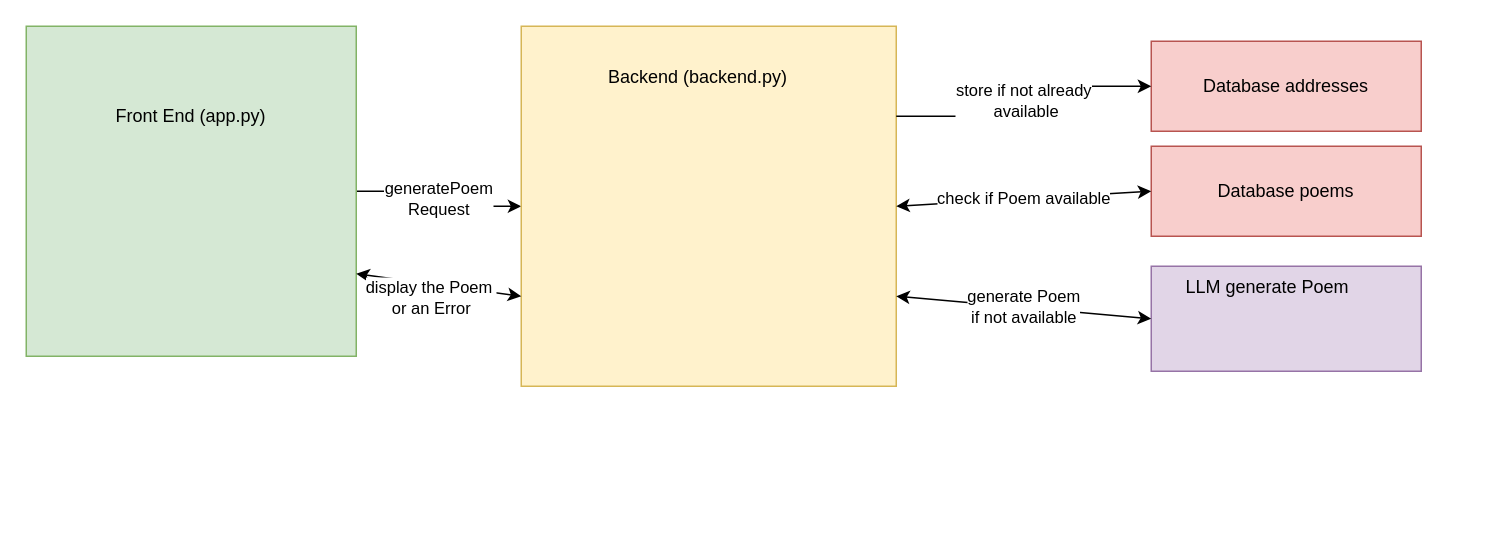
Before: doc/architecture.drawio in CesMak/cityRhym, a draw.io diagram. Source tidied: cells renumbered, new cells numbered last; positions are measured from the earlier drawing's top-left corner, leaving out a move shared by most shapes. Both pictures are drawn from the tidied source at 150%, with x=0, y=0 at pixel (26, 26).
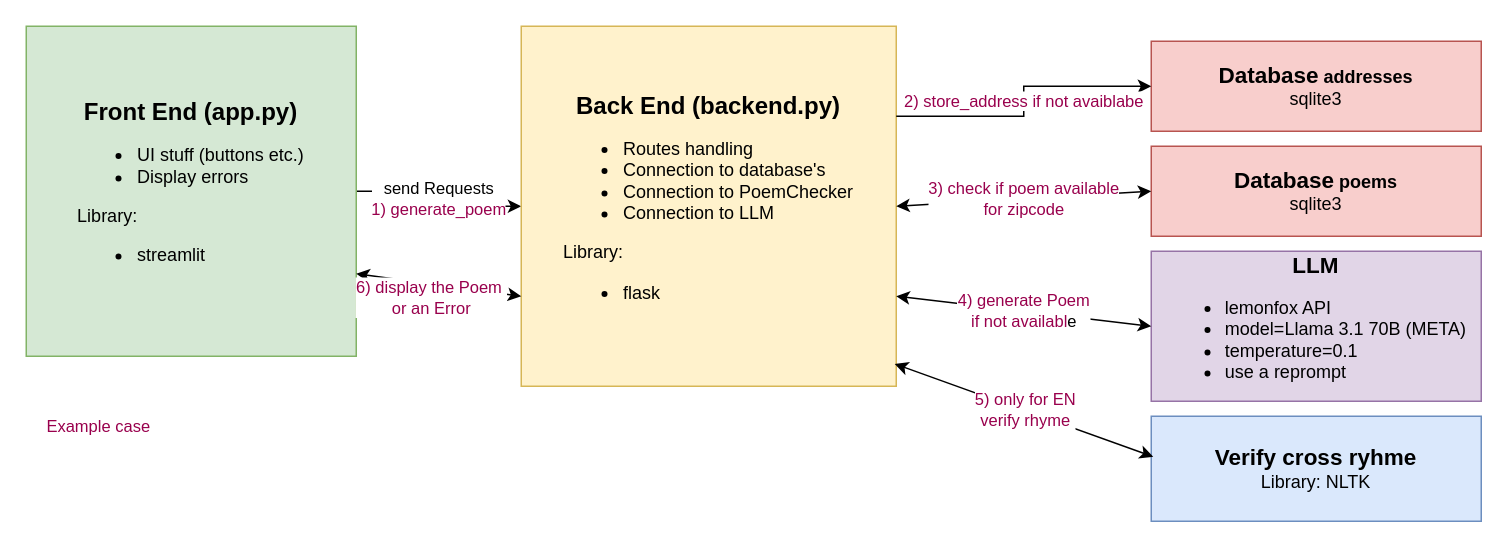
Above is the later version.

Change to the diagram source:
```diff
@@
 <mxGraphModel>
   <root>
     <mxCell id="0" />
     <mxCell id="1" parent="0" />
-    <mxCell id="2" value="generatePoem&lt;br&gt;Request" style="edgeStyle=orthogonalEdgeStyle;rounded=0;jettySize=auto;html=1;entryX=0;entryY=0.5;entryDx=0;entryDy=0;" parent="1" edge="1" source="3" target="4">
+    <mxCell id="2" value="send Requests&lt;div&gt;&lt;font color=&quot;#99004d&quot;&gt;1) generate_poem&lt;/font&gt;&lt;/div&gt;" style="edgeStyle=orthogonalEdgeStyle;rounded=0;jettySize=auto;html=1;entryX=0;entryY=0.5;entryDx=0;entryDy=0;" parent="1" edge="1" source="3" target="4">
       <mxGeometry relative="1" as="geometry" />
     </mxCell>
-    <mxCell id="3" value="Front End (app.py)&lt;div&gt;&lt;br&gt;&lt;/div&gt;&lt;div&gt;&lt;br&gt;&lt;/div&gt;&lt;div&gt;&lt;br&gt;&lt;/div&gt;&lt;div&gt;&lt;br&gt;&lt;/div&gt;&lt;div&gt;&lt;br&gt;&lt;/div&gt;&lt;div&gt;&lt;br&gt;&lt;/div&gt;&lt;div&gt;&lt;br&gt;&lt;/div&gt;" style="rounded=0;whiteSpace=wrap;html=1;fillColor=#d5e8d4;strokeColor=#82b366;" parent="1" vertex="1">
+    <mxCell id="3" value="&lt;b&gt;&lt;font style=&quot;font-size: 16px;&quot;&gt;Front End (app.py)&lt;/font&gt;&lt;/b&gt;&lt;div&gt;&lt;div&gt;&lt;ul&gt;&lt;li&gt;&lt;font style=&quot;font-size: 12px;&quot;&gt;UI stuff (buttons etc.)&lt;/font&gt;&lt;/li&gt;&lt;li style=&quot;text-align: left;&quot;&gt;&lt;font style=&quot;font-size: 12px;&quot;&gt;Display errors&lt;/font&gt;&lt;/li&gt;&lt;/ul&gt;&lt;div style=&quot;text-align: left;&quot;&gt;&lt;span style=&quot;background-color: initial;&quot;&gt;Library:&lt;/span&gt;&lt;/div&gt;&lt;div style=&quot;text-align: left;&quot;&gt;&lt;ul&gt;&lt;li&gt;&lt;span style=&quot;background-color: initial;&quot;&gt;streamlit&lt;/span&gt;&lt;/li&gt;&lt;/ul&gt;&lt;/div&gt;&lt;/div&gt;&lt;/div&gt;" style="rounded=0;whiteSpace=wrap;html=1;fillColor=#d5e8d4;strokeColor=#82b366;" parent="1" vertex="1">
       <mxGeometry width="220" height="220" as="geometry" />
     </mxCell>
-    <mxCell id="4" value="Backend (backend.py)&lt;span style=&quot;white-space: pre;&quot;&gt;&#9;&lt;/span&gt;&lt;div&gt;&lt;br&gt;&lt;/div&gt;&lt;div&gt;&lt;br&gt;&lt;/div&gt;&lt;div&gt;&lt;br&gt;&lt;/div&gt;&lt;div&gt;&lt;br&gt;&lt;/div&gt;&lt;div&gt;&lt;br&gt;&lt;/div&gt;&lt;div&gt;&lt;br&gt;&lt;/div&gt;&lt;div&gt;&lt;br&gt;&lt;/div&gt;&lt;div&gt;&lt;br&gt;&lt;/div&gt;&lt;div&gt;&lt;br&gt;&lt;/div&gt;&lt;div&gt;&lt;br&gt;&lt;/div&gt;&lt;div&gt;&lt;br&gt;&lt;/div&gt;&lt;div&gt;&lt;br&gt;&lt;/div&gt;" style="rounded=0;whiteSpace=wrap;html=1;fillColor=#fff2cc;strokeColor=#d6b656;" parent="1" vertex="1">
+    <mxCell id="4" value="&lt;div&gt;&lt;b&gt;&lt;font style=&quot;font-size: 16px;&quot;&gt;Back End (backend.py)&lt;/font&gt;&lt;/b&gt;&lt;br&gt;&lt;/div&gt;&lt;div&gt;&lt;ul&gt;&lt;li style=&quot;text-align: left;&quot;&gt;Routes handling&lt;/li&gt;&lt;li style=&quot;text-align: left;&quot;&gt;Connection to database's&lt;/li&gt;&lt;li style=&quot;text-align: left;&quot;&gt;Connection to PoemChecker&lt;/li&gt;&lt;li style=&quot;text-align: left;&quot;&gt;Connection to LLM&lt;/li&gt;&lt;/ul&gt;&lt;div style=&quot;text-align: left;&quot;&gt;&lt;span style=&quot;background-color: initial;&quot;&gt;Library:&lt;/span&gt;&lt;/div&gt;&lt;div style=&quot;text-align: left;&quot;&gt;&lt;ul&gt;&lt;li&gt;&lt;span style=&quot;background-color: initial;&quot;&gt;flask&lt;/span&gt;&lt;/li&gt;&lt;/ul&gt;&lt;/div&gt;&lt;/div&gt;" style="rounded=0;whiteSpace=wrap;html=1;fillColor=#fff2cc;strokeColor=#d6b656;" parent="1" vertex="1">
       <mxGeometry x="330" width="250" height="240" as="geometry" />
     </mxCell>
-    <mxCell id="5" value="Database addresses" style="rounded=0;whiteSpace=wrap;html=1;fillColor=#f8cecc;strokeColor=#b85450;" parent="1" vertex="1">
-      <mxGeometry x="750" y="10" width="180" height="60" as="geometry" />
+    <mxCell id="5" value="&lt;font style=&quot;font-size: 15px;&quot;&gt;&lt;b&gt;Database&lt;/b&gt;&lt;/font&gt; &lt;b&gt;addresses&lt;/b&gt;&lt;br&gt;sqlite3" style="rounded=0;whiteSpace=wrap;html=1;fillColor=#f8cecc;strokeColor=#b85450;" parent="1" vertex="1">
+      <mxGeometry x="750" y="10" width="220" height="60" as="geometry" />
     </mxCell>
-    <mxCell id="6" value="store if not already&lt;div&gt;&amp;nbsp;available&lt;/div&gt;" style="edgeStyle=orthogonalEdgeStyle;rounded=0;jettySize=auto;html=1;entryX=0;entryY=0.5;entryDx=0;entryDy=0;exitX=1;exitY=0.25;exitDx=0;exitDy=0;" parent="1" edge="1" source="4" target="5">
+    <mxCell id="6" value="&lt;font color=&quot;#99004d&quot;&gt;2) store_address if not avaiblabe&lt;/font&gt;" style="edgeStyle=orthogonalEdgeStyle;rounded=0;jettySize=auto;html=1;entryX=0;entryY=0.5;entryDx=0;entryDy=0;exitX=1;exitY=0.25;exitDx=0;exitDy=0;" parent="1" edge="1" source="4" target="5">
       <mxGeometry relative="1" as="geometry" />
     </mxCell>
-    <mxCell id="7" value="Database poems" style="rounded=0;whiteSpace=wrap;html=1;fillColor=#f8cecc;strokeColor=#b85450;" parent="1" vertex="1">
-      <mxGeometry x="750" y="80" width="180" height="60" as="geometry" />
+    <mxCell id="7" value="&lt;font style=&quot;font-size: 15px;&quot;&gt;&lt;b&gt;Database&lt;/b&gt;&lt;/font&gt; &lt;b&gt;poems&lt;/b&gt;&lt;div&gt;sqlite3&lt;/div&gt;" style="rounded=0;whiteSpace=wrap;html=1;fillColor=#f8cecc;strokeColor=#b85450;" parent="1" vertex="1">
+      <mxGeometry x="750" y="80" width="220" height="60" as="geometry" />
     </mxCell>
-    <mxCell id="8" value="check if Poem available" style="endArrow=classic;startArrow=classic;html=1;rounded=0;entryX=0;entryY=0.5;entryDx=0;entryDy=0;exitX=1;exitY=0.5;exitDx=0;exitDy=0;" parent="1" edge="1" source="4" target="7">
+    <mxCell id="8" value="&lt;font color=&quot;#99004d&quot;&gt;3) check if poem available&lt;br&gt;for zipcode&lt;/font&gt;" style="endArrow=classic;startArrow=classic;html=1;rounded=0;entryX=0;entryY=0.5;entryDx=0;entryDy=0;exitX=1;exitY=0.5;exitDx=0;exitDy=0;" parent="1" edge="1" source="4" target="7">
       <mxGeometry relative="1" as="geometry" />
     </mxCell>
-    <mxCell id="9" value="LLM generate Poem&lt;span style=&quot;white-space: pre;&quot;&gt;&#9;&lt;/span&gt;&lt;div&gt;&lt;br&gt;&lt;/div&gt;&lt;div&gt;&lt;br&gt;&lt;/div&gt;&lt;div&gt;&lt;br&gt;&lt;/div&gt;" style="rounded=0;whiteSpace=wrap;html=1;fillColor=#e1d5e7;strokeColor=#9673a6;" parent="1" vertex="1">
-      <mxGeometry x="750" y="160" width="180" height="70" as="geometry" />
+    <mxCell id="9" value="&lt;b style=&quot;font-size: 15px;&quot;&gt;&lt;font style=&quot;font-size: 15px;&quot;&gt;LLM&lt;/font&gt;&lt;/b&gt;&lt;div&gt;&lt;ul style=&quot;&quot;&gt;&lt;li style=&quot;text-align: left;&quot;&gt;&lt;span style=&quot;&quot;&gt;&lt;font style=&quot;font-size: 12px;&quot;&gt;lemonfox API&lt;span style=&quot;white-space: pre;&quot;&gt;&#9;&lt;/span&gt;&lt;/font&gt;&lt;/span&gt;&lt;/li&gt;&lt;li&gt;model=Llama 3.1 70B (META)&lt;/li&gt;&lt;li style=&quot;text-align: left;&quot;&gt;temperature=0.1&lt;/li&gt;&lt;li style=&quot;text-align: left;&quot;&gt;use a reprompt&lt;/li&gt;&lt;/ul&gt;&lt;/div&gt;" style="rounded=0;whiteSpace=wrap;html=1;fillColor=#e1d5e7;strokeColor=#9673a6;" parent="1" vertex="1">
+      <mxGeometry x="750" y="150" width="220" height="100" as="geometry" />
     </mxCell>
-    <mxCell id="10" value="generate Poem&lt;br&gt;if not available" style="endArrow=classic;startArrow=classic;html=1;rounded=0;entryX=0;entryY=0.5;entryDx=0;entryDy=0;exitX=1;exitY=0.75;exitDx=0;exitDy=0;" parent="1" edge="1" source="4" target="9">
+    <mxCell id="10" value="&lt;font color=&quot;#99004d&quot;&gt;4) generate Poem&lt;br&gt;if not availabl&lt;/font&gt;e" style="endArrow=classic;startArrow=classic;html=1;rounded=0;entryX=0;entryY=0.5;entryDx=0;entryDy=0;exitX=1;exitY=0.75;exitDx=0;exitDy=0;" parent="1" edge="1" source="4" target="9">
       <mxGeometry relative="1" as="geometry" />
     </mxCell>
     <mxCell id="11" style="endArrow=classic;startArrow=classic;html=1;rounded=0;entryX=0;entryY=0.75;entryDx=0;entryDy=0;exitX=1;exitY=0.75;exitDx=0;exitDy=0;" parent="1" edge="1" source="3" target="4">
       <mxGeometry relative="1" as="geometry" />
     </mxCell>
-    <mxCell id="12" value="display the Poem&amp;nbsp;&lt;br&gt;or an Error" style="edgeLabel;html=1;align=center;verticalAlign=middle;" parent="11" vertex="1">
+    <mxCell id="12" value="&lt;font color=&quot;#99004d&quot;&gt;6) display the Poem&amp;nbsp;&lt;br&gt;or an Error&lt;/font&gt;" style="edgeLabel;html=1;align=center;verticalAlign=middle;" parent="11" vertex="1">
       <mxGeometry x="-0.56" y="-3" relative="1" as="geometry">
         <mxPoint x="26" y="9" as="offset" />
       </mxGeometry>
     </mxCell>
+    <mxCell id="13" value="&lt;span style=&quot;font-size: 15px;&quot;&gt;&lt;b&gt;Verify cross ryhme&lt;/b&gt;&lt;/span&gt;&lt;div&gt;&lt;font style=&quot;font-size: 12px;&quot;&gt;Library: NLTK&lt;/font&gt;&lt;/div&gt;" style="rounded=0;whiteSpace=wrap;html=1;fillColor=#dae8fc;strokeColor=#6c8ebf;" parent="1" vertex="1">
+      <mxGeometry x="750" y="260" width="220" height="70" as="geometry" />
+    </mxCell>
+    <mxCell id="14" value="&lt;font color=&quot;#99004d&quot;&gt;5) only for EN&lt;br&gt;verify rhyme&lt;/font&gt;" style="endArrow=classic;startArrow=classic;html=1;rounded=0;entryX=0.006;entryY=0.386;entryDx=0;entryDy=0;exitX=0.996;exitY=0.938;exitDx=0;exitDy=0;exitPerimeter=0;entryPerimeter=0;" parent="1" edge="1" source="4" target="13">
+      <mxGeometry relative="1" as="geometry" />
+    </mxCell>
+    <mxCell id="15" value="&lt;font color=&quot;#99004d&quot;&gt;Example case&lt;/font&gt;" style="edgeLabel;html=1;align=center;verticalAlign=middle;" parent="1" vertex="1">
+      <mxGeometry x="260" y="120" as="geometry">
+        <mxPoint x="-213" y="146" as="offset" />
+      </mxGeometry>
+    </mxCell>
   </root>
 </mxGraphModel>
```
